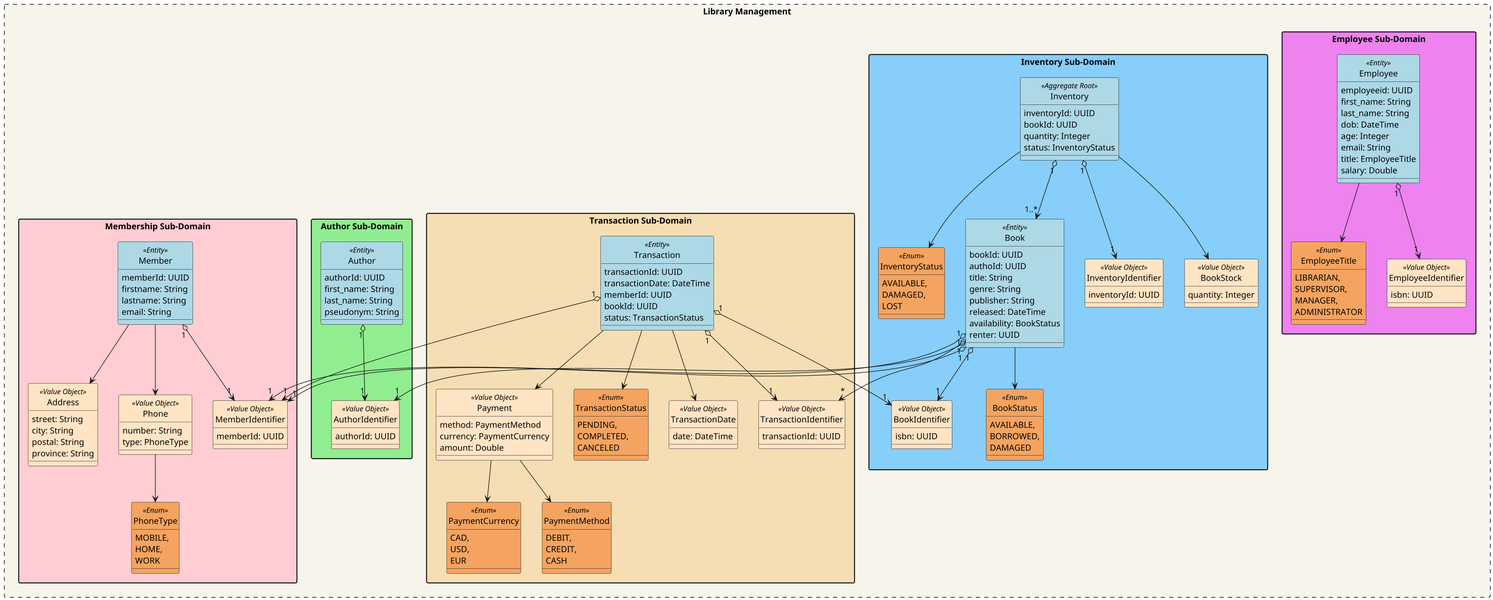
The PlantUML diagram Domain.png in ClaytonTKC/LibraryManagement, before a commit.
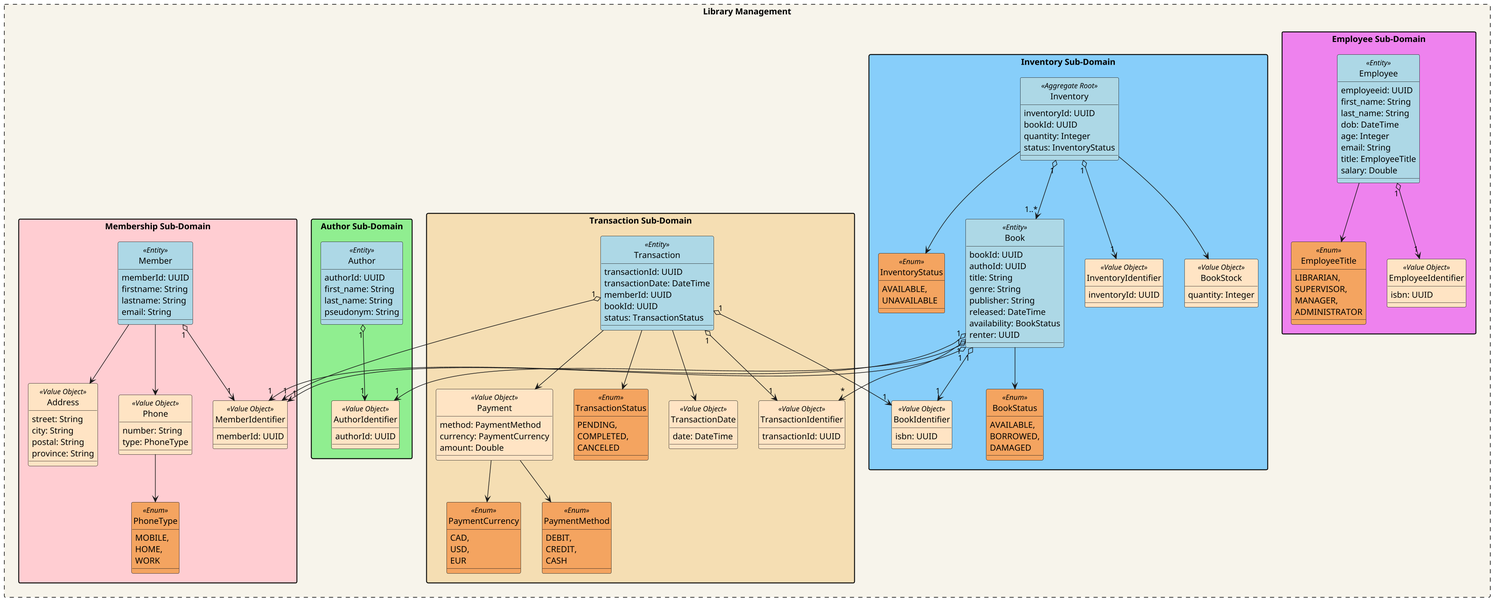
After the commit.

Diff of the diagram source:
```diff
@@ -138,8 +138,7 @@
 
         ENUM(InventoryStatus) #SandyBrown {
             AVAILABLE,
-            DAMAGED,
-            LOST
+            UNAVAILABLE
         }
 
         ENTITY(Book) #lightblue {
```
